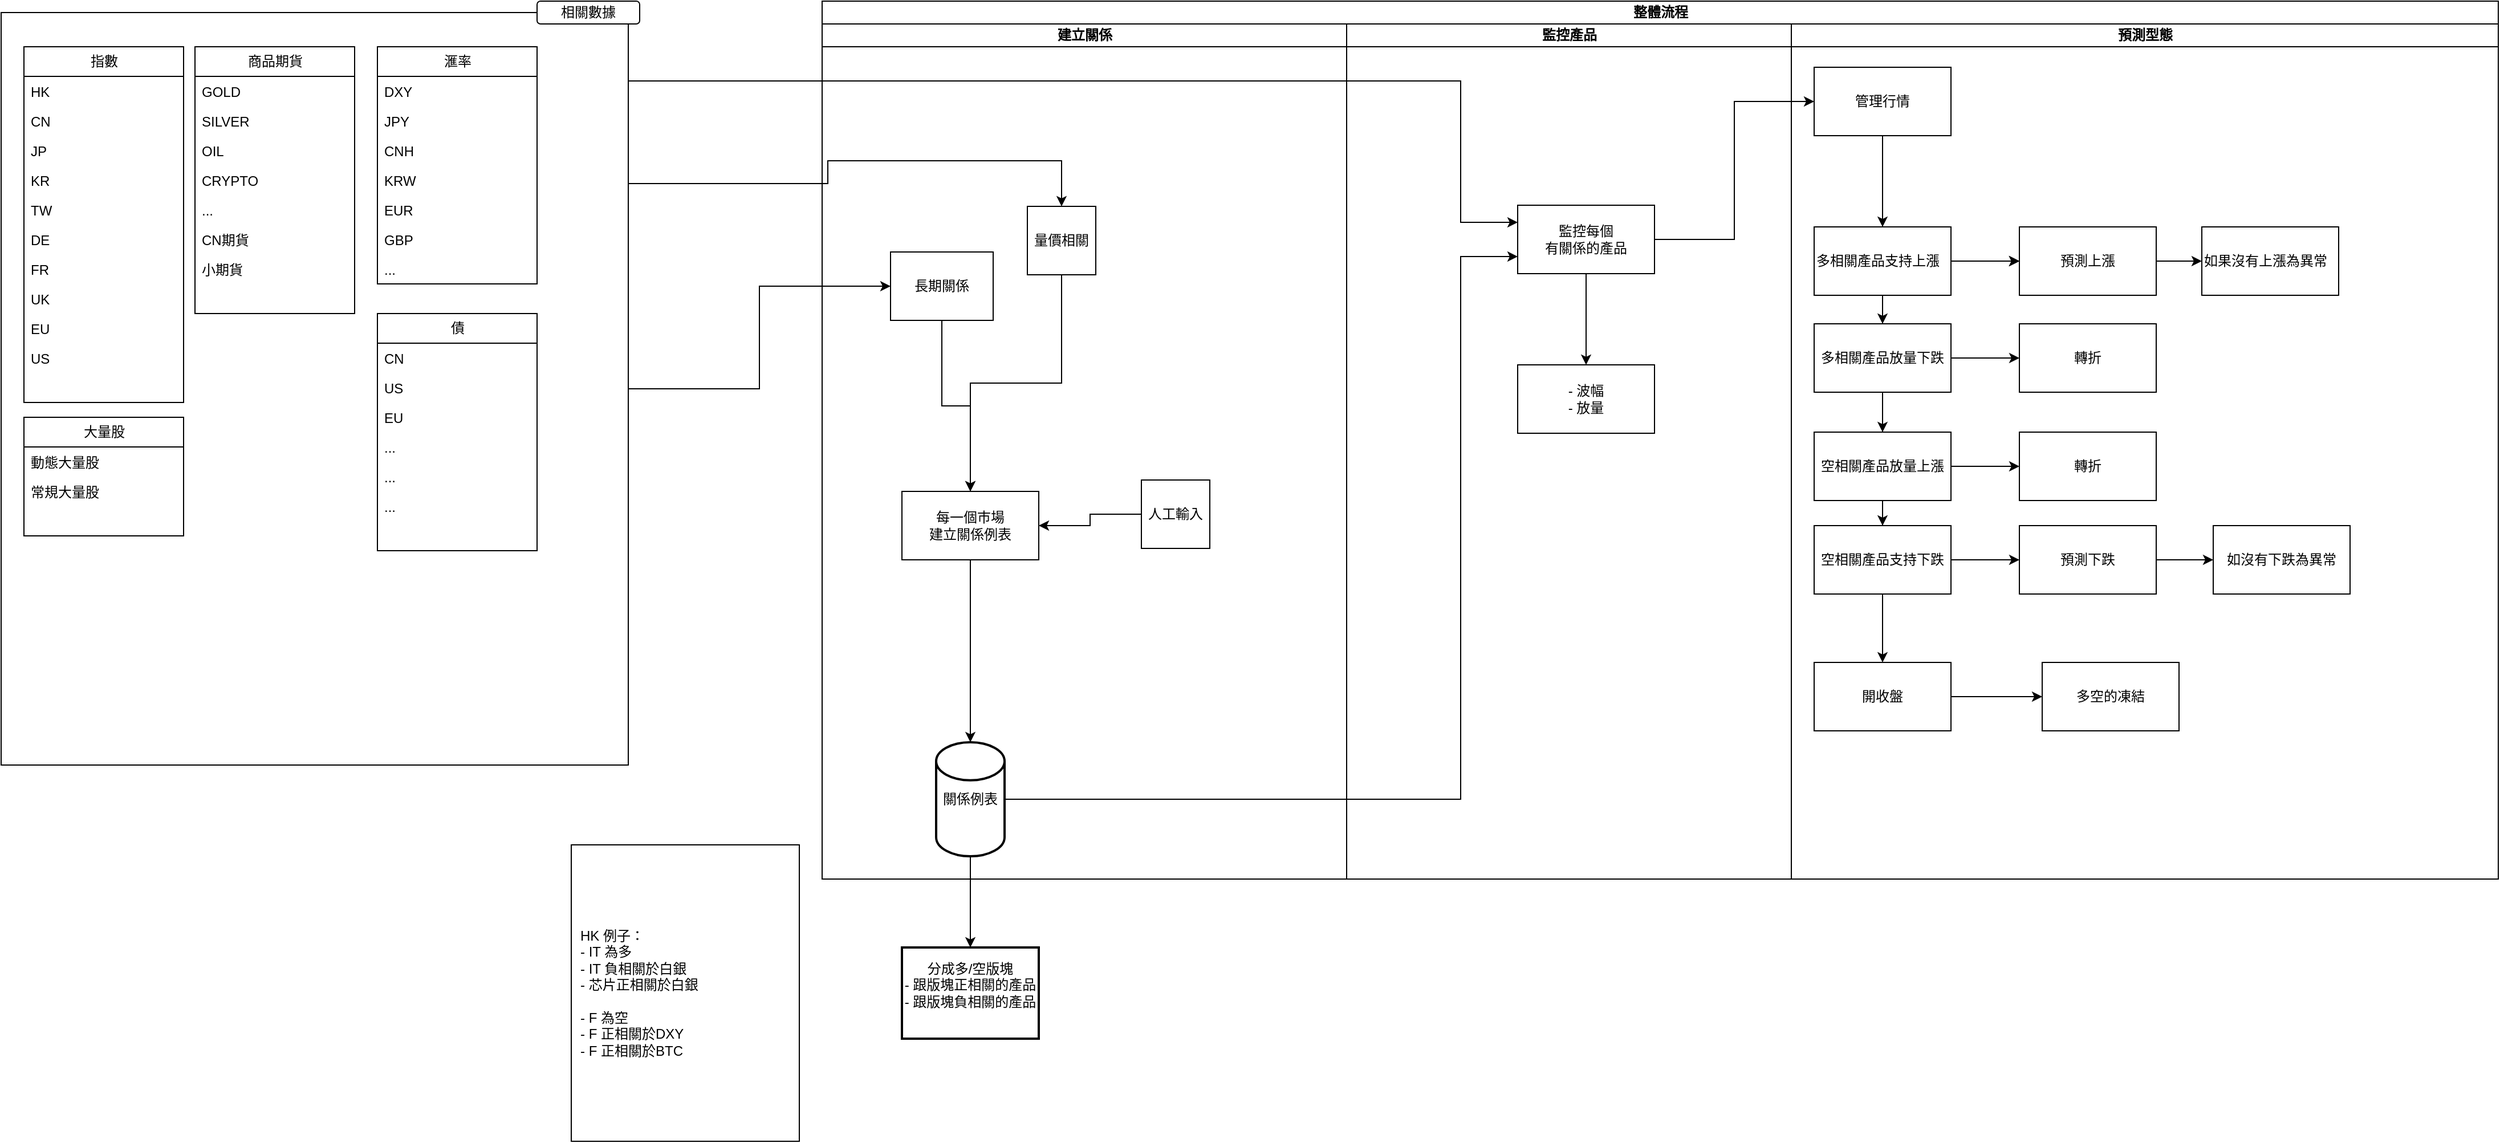
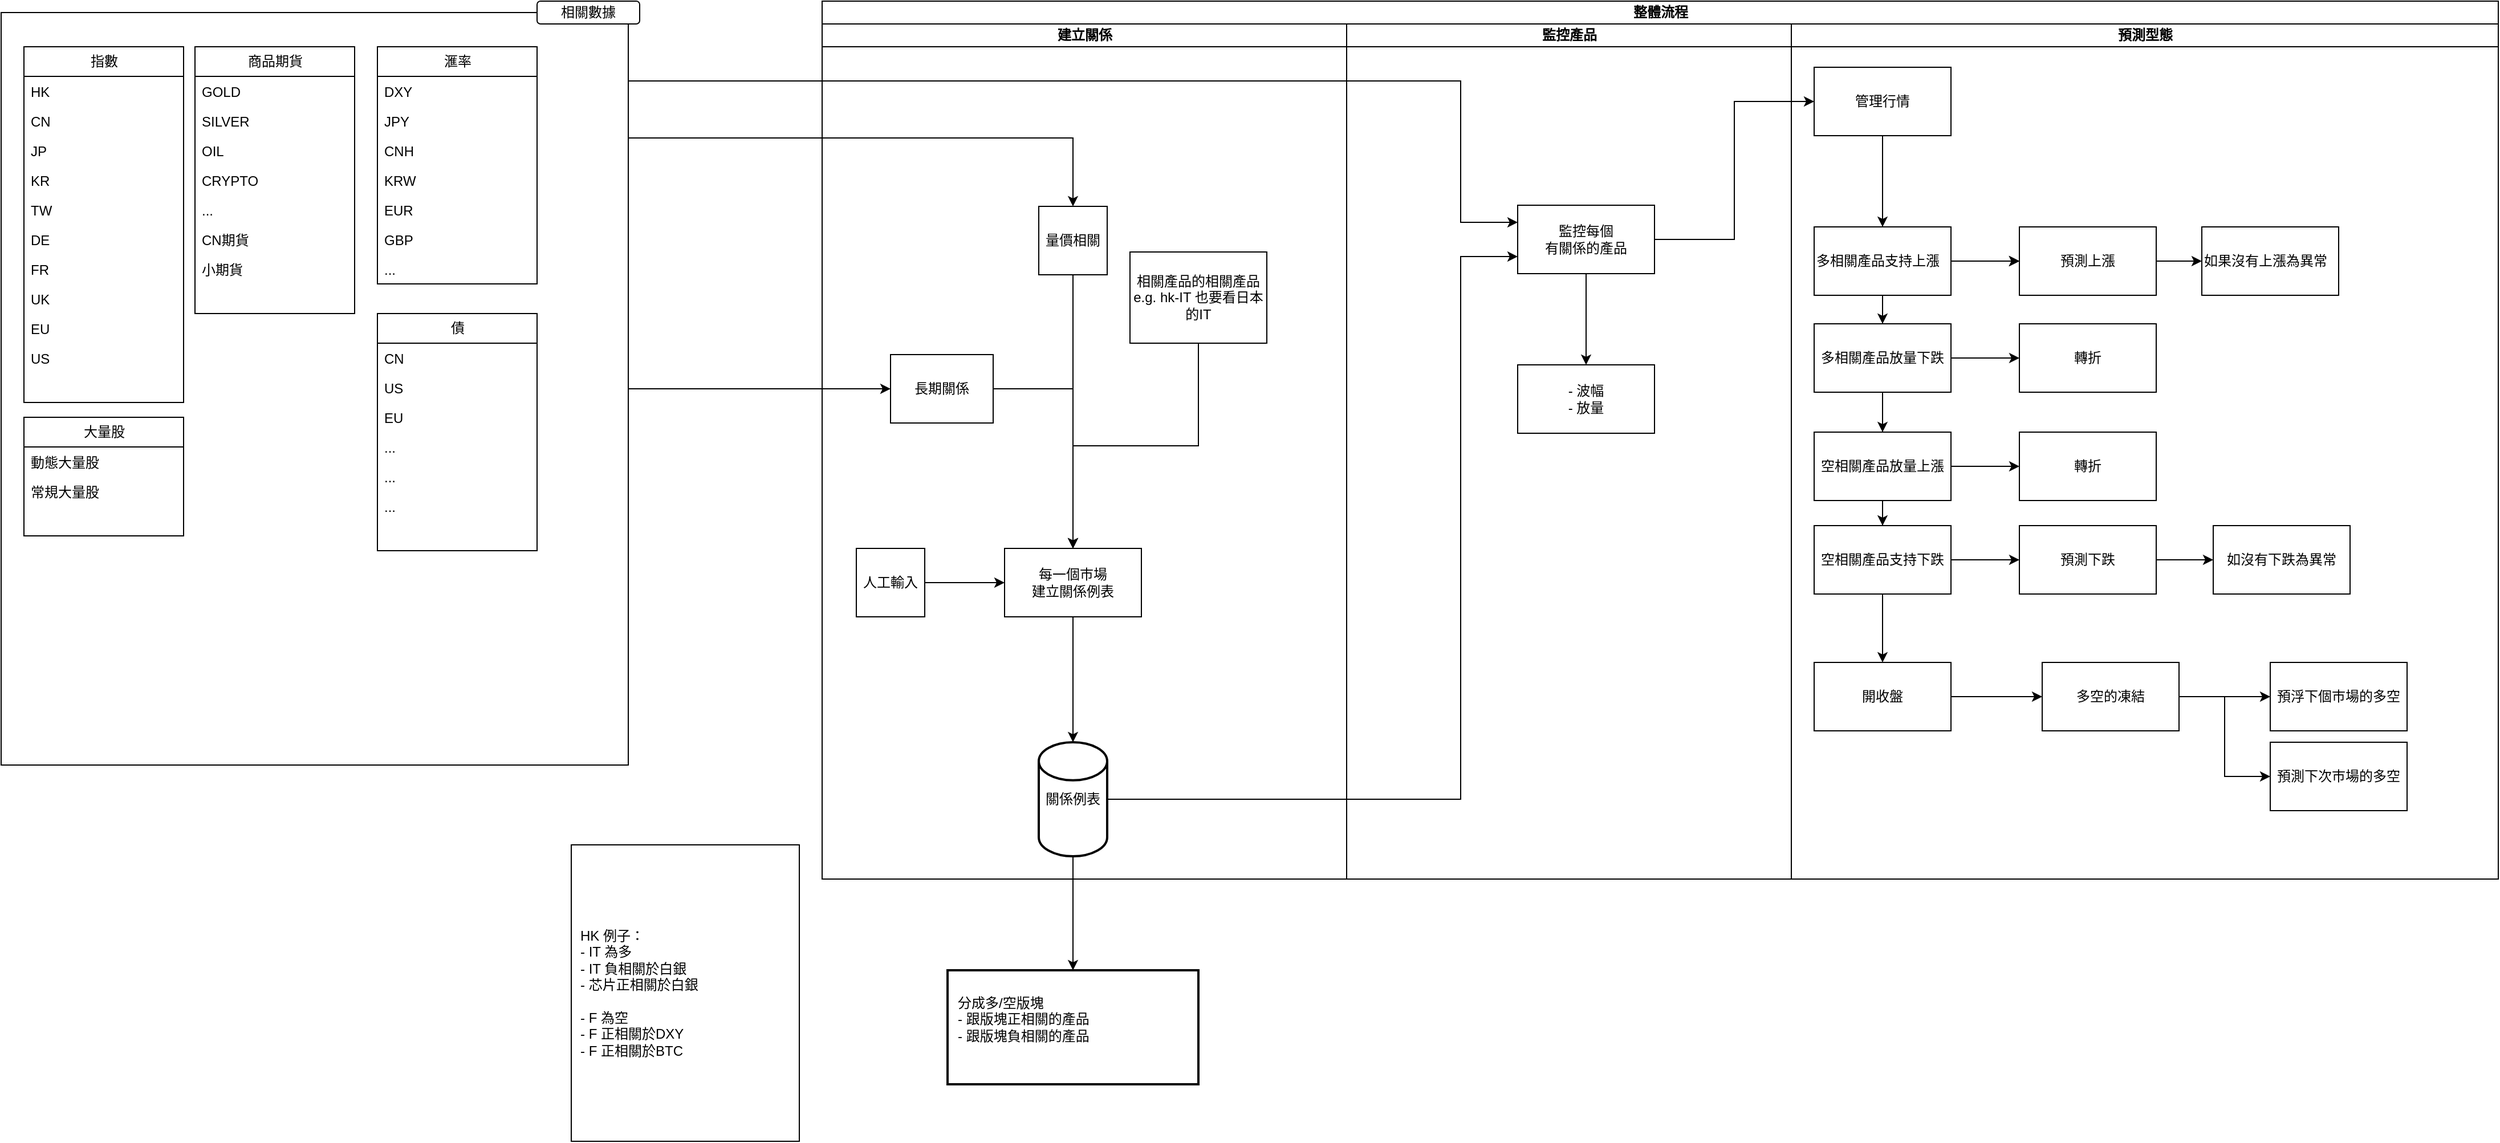
<mxfile host="app.diagrams.net" agent="5.0 (Windows NT 10.0; Win64; x64) AppleWebKit/537.36 (KHTML, like Gecko) Chrome/90.0.4430.212 Safari/537.36">
  <diagram name="Page-1" id="74e2e168-ea6b-b213-b513-2b3c1d86103e">
-     <mxGraphModel dx="3812" dy="1174" grid="1" gridSize="10" guides="1" tooltips="1" connect="1" arrows="1" fold="1" page="1" pageScale="1" pageWidth="1100" pageHeight="850" background="none" math="0" shadow="0">
+     <mxGraphModel dx="3442" dy="810" grid="1" gridSize="10" guides="1" tooltips="1" connect="1" arrows="1" fold="1" page="1" pageScale="1" pageWidth="1100" pageHeight="850" background="none" math="0" shadow="0">
      <root>
        <mxCell id="0" />
        <mxCell id="1" parent="0" />
        <mxCell id="YQHDDsOLslfGtJY1zLIF-77" edge="1" parent="1" source="YQHDDsOLslfGtJY1zLIF-29" style="edgeStyle=orthogonalEdgeStyle;rounded=0;orthogonalLoop=1;jettySize=auto;html=1;entryX=0.5;entryY=0;entryDx=0;entryDy=0;" target="YQHDDsOLslfGtJY1zLIF-23">
          <mxGeometry relative="1" as="geometry">
            <Array as="points">
-               <mxPoint x="145" y="220" />
-               <mxPoint x="145" y="200" />
-               <mxPoint x="350" y="200" />
+               <mxPoint x="360" y="180" />
            </Array>
          </mxGeometry>
        </mxCell>
        <mxCell id="YQHDDsOLslfGtJY1zLIF-78" edge="1" parent="1" source="YQHDDsOLslfGtJY1zLIF-29" style="edgeStyle=orthogonalEdgeStyle;rounded=0;orthogonalLoop=1;jettySize=auto;html=1;entryX=0;entryY=0.5;entryDx=0;entryDy=0;" target="YQHDDsOLslfGtJY1zLIF-21">
          <mxGeometry relative="1" as="geometry" />
        </mxCell>
        <mxCell id="YQHDDsOLslfGtJY1zLIF-80" edge="1" parent="1" source="YQHDDsOLslfGtJY1zLIF-29" style="edgeStyle=orthogonalEdgeStyle;rounded=0;orthogonalLoop=1;jettySize=auto;html=1;entryX=0;entryY=0.25;entryDx=0;entryDy=0;" target="YQHDDsOLslfGtJY1zLIF-15">
          <mxGeometry relative="1" as="geometry">
            <Array as="points">
              <mxPoint x="700" y="130" />
              <mxPoint x="700" y="254" />
            </Array>
          </mxGeometry>
        </mxCell>
        <mxCell id="YQHDDsOLslfGtJY1zLIF-29" parent="1" style="rounded=0;whiteSpace=wrap;html=1;" value="" vertex="1">
          <mxGeometry height="660" width="550" x="-580" y="70" as="geometry" />
        </mxCell>
        <mxCell id="YQHDDsOLslfGtJY1zLIF-5" parent="1" style="swimlane;childLayout=stackLayout;resizeParent=1;resizeParentMax=0;startSize=20;html=1;" value="整體流程" vertex="1">
          <mxGeometry height="770" width="1470" x="140" y="60" as="geometry" />
        </mxCell>
        <mxCell id="YQHDDsOLslfGtJY1zLIF-6" parent="YQHDDsOLslfGtJY1zLIF-5" style="swimlane;startSize=20;html=1;" value="建立關係" vertex="1">
          <mxGeometry height="750" width="460" y="20" as="geometry" />
        </mxCell>
        <mxCell id="YQHDDsOLslfGtJY1zLIF-9" parent="YQHDDsOLslfGtJY1zLIF-6" style="rounded=0;whiteSpace=wrap;html=1;" value="每一個巿場&lt;br&gt;建立關係例表" vertex="1">
-           <mxGeometry height="60" width="120" x="70" y="410" as="geometry" />
+           <mxGeometry height="60" width="120" x="160" y="460" as="geometry" />
        </mxCell>
        <mxCell id="YQHDDsOLslfGtJY1zLIF-22" edge="1" parent="YQHDDsOLslfGtJY1zLIF-6" source="YQHDDsOLslfGtJY1zLIF-21" style="edgeStyle=orthogonalEdgeStyle;rounded=0;orthogonalLoop=1;jettySize=auto;html=1;entryX=0.5;entryY=0;entryDx=0;entryDy=0;" target="YQHDDsOLslfGtJY1zLIF-9">
          <mxGeometry relative="1" as="geometry" />
        </mxCell>
        <mxCell id="YQHDDsOLslfGtJY1zLIF-21" parent="YQHDDsOLslfGtJY1zLIF-6" style="rounded=0;whiteSpace=wrap;html=1;" value="長期關係" vertex="1">
-           <mxGeometry height="60" width="90" x="60" y="200" as="geometry" />
+           <mxGeometry height="60" width="90" x="60" y="290" as="geometry" />
        </mxCell>
        <mxCell id="YQHDDsOLslfGtJY1zLIF-25" edge="1" parent="YQHDDsOLslfGtJY1zLIF-6" source="YQHDDsOLslfGtJY1zLIF-23" style="edgeStyle=orthogonalEdgeStyle;rounded=0;orthogonalLoop=1;jettySize=auto;html=1;entryX=0.5;entryY=0;entryDx=0;entryDy=0;" target="YQHDDsOLslfGtJY1zLIF-9">
          <mxGeometry relative="1" as="geometry" />
        </mxCell>
        <mxCell id="YQHDDsOLslfGtJY1zLIF-23" parent="YQHDDsOLslfGtJY1zLIF-6" style="rounded=0;whiteSpace=wrap;html=1;" value="量價相關" vertex="1">
-           <mxGeometry height="60" width="60" x="180" y="160" as="geometry" />
+           <mxGeometry height="60" width="60" x="190" y="160" as="geometry" />
        </mxCell>
        <mxCell id="YQHDDsOLslfGtJY1zLIF-79" edge="1" parent="YQHDDsOLslfGtJY1zLIF-6" source="YQHDDsOLslfGtJY1zLIF-26" style="edgeStyle=orthogonalEdgeStyle;rounded=0;orthogonalLoop=1;jettySize=auto;html=1;" target="YQHDDsOLslfGtJY1zLIF-9">
          <mxGeometry relative="1" as="geometry" />
        </mxCell>
        <mxCell id="YQHDDsOLslfGtJY1zLIF-26" parent="YQHDDsOLslfGtJY1zLIF-6" style="rounded=0;whiteSpace=wrap;html=1;" value="人工輸入" vertex="1">
-           <mxGeometry height="60" width="60" x="280" y="400" as="geometry" />
+           <mxGeometry height="60" width="60" x="30" y="460" as="geometry" />
+         </mxCell>
+         <mxCell id="u62yTT3lsbl58B5bih1E-19" edge="1" parent="YQHDDsOLslfGtJY1zLIF-6" source="u62yTT3lsbl58B5bih1E-18" style="edgeStyle=orthogonalEdgeStyle;rounded=0;orthogonalLoop=1;jettySize=auto;html=1;entryX=0.5;entryY=0;entryDx=0;entryDy=0;" target="YQHDDsOLslfGtJY1zLIF-9">
+           <mxGeometry relative="1" as="geometry" />
+         </mxCell>
+         <mxCell id="u62yTT3lsbl58B5bih1E-18" parent="YQHDDsOLslfGtJY1zLIF-6" style="rounded=0;whiteSpace=wrap;html=1;" value="相關產品的相關產品&lt;div&gt;e.g. hk-IT 也要看日本的IT&lt;/div&gt;" vertex="1">
+           <mxGeometry height="80" width="120" x="270" y="200" as="geometry" />
+         </mxCell>
+         <mxCell id="YQHDDsOLslfGtJY1zLIF-10" parent="YQHDDsOLslfGtJY1zLIF-6" style="strokeWidth=2;html=1;shape=mxgraph.flowchart.database;whiteSpace=wrap;" value="關係例表" vertex="1">
+           <mxGeometry height="100" width="60" x="190" y="630" as="geometry" />
+         </mxCell>
+         <mxCell id="YQHDDsOLslfGtJY1zLIF-12" edge="1" parent="YQHDDsOLslfGtJY1zLIF-6" source="YQHDDsOLslfGtJY1zLIF-9" style="edgeStyle=orthogonalEdgeStyle;rounded=0;orthogonalLoop=1;jettySize=auto;html=1;entryX=0.5;entryY=0;entryDx=0;entryDy=0;entryPerimeter=0;" target="YQHDDsOLslfGtJY1zLIF-10">
+           <mxGeometry relative="1" as="geometry" />
        </mxCell>
        <mxCell id="YQHDDsOLslfGtJY1zLIF-7" parent="YQHDDsOLslfGtJY1zLIF-5" style="swimlane;startSize=20;html=1;" value="監控產品" vertex="1">
          <mxGeometry height="750" width="390" x="460" y="20" as="geometry" />
        </mxCell>
        <mxCell id="YQHDDsOLslfGtJY1zLIF-82" edge="1" parent="YQHDDsOLslfGtJY1zLIF-7" source="YQHDDsOLslfGtJY1zLIF-15" style="edgeStyle=orthogonalEdgeStyle;rounded=0;orthogonalLoop=1;jettySize=auto;html=1;" target="YQHDDsOLslfGtJY1zLIF-81" value="">
          <mxGeometry relative="1" as="geometry" />
        </mxCell>
        <mxCell id="YQHDDsOLslfGtJY1zLIF-15" parent="YQHDDsOLslfGtJY1zLIF-7" style="rounded=0;whiteSpace=wrap;html=1;" value="&lt;div&gt;監控每個&lt;/div&gt;&lt;div&gt;有關係的產品&lt;/div&gt;" vertex="1">
          <mxGeometry height="60" width="120" x="150" y="159" as="geometry" />
        </mxCell>
        <mxCell id="YQHDDsOLslfGtJY1zLIF-81" parent="YQHDDsOLslfGtJY1zLIF-7" style="whiteSpace=wrap;html=1;rounded=0;" value="- 波幅&lt;div&gt;- 放量&lt;/div&gt;" vertex="1">
          <mxGeometry height="60" width="120" x="150" y="299" as="geometry" />
        </mxCell>
        <mxCell id="YQHDDsOLslfGtJY1zLIF-18" edge="1" parent="YQHDDsOLslfGtJY1zLIF-5" source="YQHDDsOLslfGtJY1zLIF-15" style="edgeStyle=orthogonalEdgeStyle;rounded=0;orthogonalLoop=1;jettySize=auto;html=1;entryX=0;entryY=0.5;entryDx=0;entryDy=0;" target="YQHDDsOLslfGtJY1zLIF-17">
          <mxGeometry relative="1" as="geometry" />
        </mxCell>
        <mxCell id="YQHDDsOLslfGtJY1zLIF-8" parent="YQHDDsOLslfGtJY1zLIF-5" style="swimlane;startSize=20;html=1;" value="預測型態" vertex="1">
          <mxGeometry height="750" width="620" x="850" y="20" as="geometry" />
        </mxCell>
        <mxCell id="YQHDDsOLslfGtJY1zLIF-99" edge="1" parent="YQHDDsOLslfGtJY1zLIF-8" source="YQHDDsOLslfGtJY1zLIF-17" style="edgeStyle=orthogonalEdgeStyle;rounded=0;orthogonalLoop=1;jettySize=auto;html=1;" target="YQHDDsOLslfGtJY1zLIF-98" value="">
          <mxGeometry relative="1" as="geometry" />
        </mxCell>
        <mxCell id="YQHDDsOLslfGtJY1zLIF-109" edge="1" parent="YQHDDsOLslfGtJY1zLIF-8" source="YQHDDsOLslfGtJY1zLIF-17" style="edgeStyle=orthogonalEdgeStyle;rounded=0;orthogonalLoop=1;jettySize=auto;html=1;" target="YQHDDsOLslfGtJY1zLIF-108" value="">
          <mxGeometry relative="1" as="geometry" />
        </mxCell>
        <mxCell id="YQHDDsOLslfGtJY1zLIF-115" edge="1" parent="YQHDDsOLslfGtJY1zLIF-8" source="YQHDDsOLslfGtJY1zLIF-17" style="edgeStyle=orthogonalEdgeStyle;rounded=0;orthogonalLoop=1;jettySize=auto;html=1;" target="YQHDDsOLslfGtJY1zLIF-114" value="">
          <mxGeometry relative="1" as="geometry" />
        </mxCell>
        <mxCell id="YQHDDsOLslfGtJY1zLIF-119" edge="1" parent="YQHDDsOLslfGtJY1zLIF-8" source="YQHDDsOLslfGtJY1zLIF-17" style="edgeStyle=orthogonalEdgeStyle;rounded=0;orthogonalLoop=1;jettySize=auto;html=1;" target="YQHDDsOLslfGtJY1zLIF-118" value="">
          <mxGeometry relative="1" as="geometry" />
        </mxCell>
        <mxCell id="u62yTT3lsbl58B5bih1E-2" edge="1" parent="YQHDDsOLslfGtJY1zLIF-8" source="YQHDDsOLslfGtJY1zLIF-17" style="edgeStyle=orthogonalEdgeStyle;rounded=0;orthogonalLoop=1;jettySize=auto;html=1;" target="u62yTT3lsbl58B5bih1E-1" value="">
          <mxGeometry relative="1" as="geometry" />
        </mxCell>
        <mxCell id="YQHDDsOLslfGtJY1zLIF-17" parent="YQHDDsOLslfGtJY1zLIF-8" style="rounded=0;whiteSpace=wrap;html=1;" value="管理行情" vertex="1">
          <mxGeometry height="60" width="120" x="20" y="38" as="geometry" />
        </mxCell>
        <mxCell id="YQHDDsOLslfGtJY1zLIF-101" edge="1" parent="YQHDDsOLslfGtJY1zLIF-8" source="YQHDDsOLslfGtJY1zLIF-98" style="edgeStyle=orthogonalEdgeStyle;rounded=0;orthogonalLoop=1;jettySize=auto;html=1;" target="YQHDDsOLslfGtJY1zLIF-100" value="">
          <mxGeometry relative="1" as="geometry" />
        </mxCell>
        <mxCell id="YQHDDsOLslfGtJY1zLIF-103" edge="1" parent="YQHDDsOLslfGtJY1zLIF-8" source="YQHDDsOLslfGtJY1zLIF-98" style="edgeStyle=orthogonalEdgeStyle;rounded=0;orthogonalLoop=1;jettySize=auto;html=1;" target="YQHDDsOLslfGtJY1zLIF-100" value="">
          <mxGeometry relative="1" as="geometry" />
        </mxCell>
        <mxCell id="YQHDDsOLslfGtJY1zLIF-104" edge="1" parent="YQHDDsOLslfGtJY1zLIF-8" source="YQHDDsOLslfGtJY1zLIF-98" style="edgeStyle=orthogonalEdgeStyle;rounded=0;orthogonalLoop=1;jettySize=auto;html=1;" target="YQHDDsOLslfGtJY1zLIF-100" value="">
          <mxGeometry relative="1" as="geometry" />
        </mxCell>
        <mxCell id="YQHDDsOLslfGtJY1zLIF-98" parent="YQHDDsOLslfGtJY1zLIF-8" style="whiteSpace=wrap;html=1;rounded=0;align=left;" value="多相關產品支持上漲" vertex="1">
          <mxGeometry height="60" width="120" x="20" y="178" as="geometry" />
        </mxCell>
        <mxCell id="YQHDDsOLslfGtJY1zLIF-107" edge="1" parent="YQHDDsOLslfGtJY1zLIF-8" source="YQHDDsOLslfGtJY1zLIF-100" style="edgeStyle=orthogonalEdgeStyle;rounded=0;orthogonalLoop=1;jettySize=auto;html=1;entryX=0;entryY=0.5;entryDx=0;entryDy=0;" target="YQHDDsOLslfGtJY1zLIF-105">
          <mxGeometry relative="1" as="geometry" />
        </mxCell>
        <mxCell id="YQHDDsOLslfGtJY1zLIF-100" parent="YQHDDsOLslfGtJY1zLIF-8" style="whiteSpace=wrap;html=1;align=center;rounded=0;" value="預測上漲" vertex="1">
          <mxGeometry height="60" width="120" x="200" y="178" as="geometry" />
        </mxCell>
        <mxCell id="YQHDDsOLslfGtJY1zLIF-105" parent="YQHDDsOLslfGtJY1zLIF-8" style="whiteSpace=wrap;html=1;align=left;rounded=0;" value="如果沒有上漲為異常" vertex="1">
          <mxGeometry height="60" width="120" x="360" y="178" as="geometry" />
        </mxCell>
        <mxCell id="YQHDDsOLslfGtJY1zLIF-113" edge="1" parent="YQHDDsOLslfGtJY1zLIF-8" source="YQHDDsOLslfGtJY1zLIF-108" style="edgeStyle=orthogonalEdgeStyle;rounded=0;orthogonalLoop=1;jettySize=auto;html=1;" target="YQHDDsOLslfGtJY1zLIF-112" value="">
          <mxGeometry relative="1" as="geometry" />
        </mxCell>
        <mxCell id="YQHDDsOLslfGtJY1zLIF-108" parent="YQHDDsOLslfGtJY1zLIF-8" style="whiteSpace=wrap;html=1;rounded=0;" value="多相關產品放量下跌" vertex="1">
          <mxGeometry height="60" width="120" x="20" y="263" as="geometry" />
        </mxCell>
        <mxCell id="YQHDDsOLslfGtJY1zLIF-112" parent="YQHDDsOLslfGtJY1zLIF-8" style="whiteSpace=wrap;html=1;rounded=0;" value="轉折" vertex="1">
          <mxGeometry height="60" width="120" x="200" y="263" as="geometry" />
        </mxCell>
        <mxCell id="YQHDDsOLslfGtJY1zLIF-117" edge="1" parent="YQHDDsOLslfGtJY1zLIF-8" source="YQHDDsOLslfGtJY1zLIF-114" style="edgeStyle=orthogonalEdgeStyle;rounded=0;orthogonalLoop=1;jettySize=auto;html=1;entryX=0;entryY=0.5;entryDx=0;entryDy=0;" target="YQHDDsOLslfGtJY1zLIF-116">
          <mxGeometry relative="1" as="geometry" />
        </mxCell>
        <mxCell id="YQHDDsOLslfGtJY1zLIF-114" parent="YQHDDsOLslfGtJY1zLIF-8" style="whiteSpace=wrap;html=1;rounded=0;" value="空相關產品放量上漲" vertex="1">
          <mxGeometry height="60" width="120" x="20" y="358" as="geometry" />
        </mxCell>
        <mxCell id="YQHDDsOLslfGtJY1zLIF-116" parent="YQHDDsOLslfGtJY1zLIF-8" style="whiteSpace=wrap;html=1;rounded=0;" value="轉折" vertex="1">
          <mxGeometry height="60" width="120" x="200" y="358" as="geometry" />
        </mxCell>
        <mxCell id="YQHDDsOLslfGtJY1zLIF-121" edge="1" parent="YQHDDsOLslfGtJY1zLIF-8" source="YQHDDsOLslfGtJY1zLIF-118" style="edgeStyle=orthogonalEdgeStyle;rounded=0;orthogonalLoop=1;jettySize=auto;html=1;" target="YQHDDsOLslfGtJY1zLIF-120">
          <mxGeometry relative="1" as="geometry" />
        </mxCell>
        <mxCell id="YQHDDsOLslfGtJY1zLIF-118" parent="YQHDDsOLslfGtJY1zLIF-8" style="whiteSpace=wrap;html=1;rounded=0;" value="&lt;span style=&quot;text-align: left;&quot;&gt;空相關產品支持下跌&lt;/span&gt;" vertex="1">
          <mxGeometry height="60" width="120" x="20" y="440" as="geometry" />
        </mxCell>
        <mxCell id="YQHDDsOLslfGtJY1zLIF-124" edge="1" parent="YQHDDsOLslfGtJY1zLIF-8" source="YQHDDsOLslfGtJY1zLIF-120" style="edgeStyle=orthogonalEdgeStyle;rounded=0;orthogonalLoop=1;jettySize=auto;html=1;" target="YQHDDsOLslfGtJY1zLIF-123" value="">
          <mxGeometry relative="1" as="geometry" />
        </mxCell>
        <mxCell id="YQHDDsOLslfGtJY1zLIF-120" parent="YQHDDsOLslfGtJY1zLIF-8" style="whiteSpace=wrap;html=1;rounded=0;" value="預測下跌" vertex="1">
          <mxGeometry height="60" width="120" x="200" y="440" as="geometry" />
        </mxCell>
        <mxCell id="YQHDDsOLslfGtJY1zLIF-123" parent="YQHDDsOLslfGtJY1zLIF-8" style="whiteSpace=wrap;html=1;rounded=0;" value="如沒有下跌為異常" vertex="1">
          <mxGeometry height="60" width="120" x="370" y="440" as="geometry" />
        </mxCell>
        <mxCell id="u62yTT3lsbl58B5bih1E-4" edge="1" parent="YQHDDsOLslfGtJY1zLIF-8" source="u62yTT3lsbl58B5bih1E-1" style="edgeStyle=orthogonalEdgeStyle;rounded=0;orthogonalLoop=1;jettySize=auto;html=1;" target="u62yTT3lsbl58B5bih1E-3" value="">
          <mxGeometry relative="1" as="geometry" />
        </mxCell>
        <mxCell id="u62yTT3lsbl58B5bih1E-1" parent="YQHDDsOLslfGtJY1zLIF-8" style="whiteSpace=wrap;html=1;rounded=0;" value="開收盤" vertex="1">
          <mxGeometry height="60" width="120" x="20" y="560" as="geometry" />
        </mxCell>
+         <mxCell id="u62yTT3lsbl58B5bih1E-6" edge="1" parent="YQHDDsOLslfGtJY1zLIF-8" source="u62yTT3lsbl58B5bih1E-3" style="edgeStyle=orthogonalEdgeStyle;rounded=0;orthogonalLoop=1;jettySize=auto;html=1;" target="u62yTT3lsbl58B5bih1E-5" value="">
+           <mxGeometry relative="1" as="geometry" />
+         </mxCell>
+         <mxCell id="u62yTT3lsbl58B5bih1E-9" edge="1" parent="YQHDDsOLslfGtJY1zLIF-8" source="u62yTT3lsbl58B5bih1E-3" style="edgeStyle=orthogonalEdgeStyle;rounded=0;orthogonalLoop=1;jettySize=auto;html=1;entryX=0;entryY=0.5;entryDx=0;entryDy=0;" target="u62yTT3lsbl58B5bih1E-7">
+           <mxGeometry relative="1" as="geometry" />
+         </mxCell>
        <mxCell id="u62yTT3lsbl58B5bih1E-3" parent="YQHDDsOLslfGtJY1zLIF-8" style="whiteSpace=wrap;html=1;rounded=0;" value="多空的凍結" vertex="1">
          <mxGeometry height="60" width="120" x="220" y="560" as="geometry" />
        </mxCell>
-         <mxCell id="YQHDDsOLslfGtJY1zLIF-16" edge="1" parent="1" source="YQHDDsOLslfGtJY1zLIF-10" style="edgeStyle=orthogonalEdgeStyle;rounded=0;orthogonalLoop=1;jettySize=auto;html=1;entryX=0;entryY=0.75;entryDx=0;entryDy=0;" target="YQHDDsOLslfGtJY1zLIF-15">
+         <mxCell id="u62yTT3lsbl58B5bih1E-5" parent="YQHDDsOLslfGtJY1zLIF-8" style="whiteSpace=wrap;html=1;rounded=0;" value="預浮下個巿場的多空" vertex="1">
+           <mxGeometry height="60" width="120" x="420" y="560" as="geometry" />
+         </mxCell>
+         <mxCell id="u62yTT3lsbl58B5bih1E-7" parent="YQHDDsOLslfGtJY1zLIF-8" style="whiteSpace=wrap;html=1;rounded=0;" value="預測下次巿場的多空" vertex="1">
+           <mxGeometry height="60" width="120" x="420" y="630" as="geometry" />
+         </mxCell>
+         <mxCell id="YQHDDsOLslfGtJY1zLIF-16" edge="1" parent="YQHDDsOLslfGtJY1zLIF-5" source="YQHDDsOLslfGtJY1zLIF-10" style="edgeStyle=orthogonalEdgeStyle;rounded=0;orthogonalLoop=1;jettySize=auto;html=1;entryX=0;entryY=0.75;entryDx=0;entryDy=0;" target="YQHDDsOLslfGtJY1zLIF-15">
          <mxGeometry relative="1" as="geometry">
            <Array as="points">
-               <mxPoint x="700" y="760" />
-               <mxPoint x="700" y="284" />
+               <mxPoint x="560" y="700" />
+               <mxPoint x="560" y="224" />
            </Array>
          </mxGeometry>
        </mxCell>
        <mxCell id="YQHDDsOLslfGtJY1zLIF-84" edge="1" parent="1" source="YQHDDsOLslfGtJY1zLIF-10" style="edgeStyle=orthogonalEdgeStyle;rounded=0;orthogonalLoop=1;jettySize=auto;html=1;" target="YQHDDsOLslfGtJY1zLIF-83" value="">
-           <mxGeometry relative="1" as="geometry" />
-         </mxCell>
-         <mxCell id="YQHDDsOLslfGtJY1zLIF-10" parent="1" style="strokeWidth=2;html=1;shape=mxgraph.flowchart.database;whiteSpace=wrap;" value="關係例表" vertex="1">
-           <mxGeometry height="100" width="60" x="240" y="710" as="geometry" />
-         </mxCell>
-         <mxCell id="YQHDDsOLslfGtJY1zLIF-12" edge="1" parent="1" source="YQHDDsOLslfGtJY1zLIF-9" style="edgeStyle=orthogonalEdgeStyle;rounded=0;orthogonalLoop=1;jettySize=auto;html=1;entryX=0.5;entryY=0;entryDx=0;entryDy=0;entryPerimeter=0;" target="YQHDDsOLslfGtJY1zLIF-10">
          <mxGeometry relative="1" as="geometry" />
        </mxCell>
        <mxCell id="YQHDDsOLslfGtJY1zLIF-31" parent="1" style="swimlane;fontStyle=0;childLayout=stackLayout;horizontal=1;startSize=26;fillColor=none;horizontalStack=0;resizeParent=1;resizeParentMax=0;resizeLast=0;collapsible=1;marginBottom=0;html=1;" value="指數" vertex="1">
          <mxGeometry height="312" width="140" x="-560" y="100" as="geometry">
            <mxRectangle height="30" width="60" x="-120" y="310" as="alternateBounds" />
          </mxGeometry>
        </mxCell>
        <mxCell id="YQHDDsOLslfGtJY1zLIF-32" parent="YQHDDsOLslfGtJY1zLIF-31" style="text;strokeColor=none;fillColor=none;align=left;verticalAlign=top;spacingLeft=4;spacingRight=4;overflow=hidden;rotatable=0;points=[[0,0.5],[1,0.5]];portConstraint=eastwest;whiteSpace=wrap;html=1;" value="HK" vertex="1">
          <mxGeometry height="26" width="140" y="26" as="geometry" />
        </mxCell>
        <mxCell id="YQHDDsOLslfGtJY1zLIF-33" parent="YQHDDsOLslfGtJY1zLIF-31" style="text;strokeColor=none;fillColor=none;align=left;verticalAlign=top;spacingLeft=4;spacingRight=4;overflow=hidden;rotatable=0;points=[[0,0.5],[1,0.5]];portConstraint=eastwest;whiteSpace=wrap;html=1;" value="CN" vertex="1">
          <mxGeometry height="26" width="140" y="52" as="geometry" />
        </mxCell>
        <mxCell id="YQHDDsOLslfGtJY1zLIF-34" parent="YQHDDsOLslfGtJY1zLIF-31" style="text;strokeColor=none;fillColor=none;align=left;verticalAlign=top;spacingLeft=4;spacingRight=4;overflow=hidden;rotatable=0;points=[[0,0.5],[1,0.5]];portConstraint=eastwest;whiteSpace=wrap;html=1;" value="JP" vertex="1">
          <mxGeometry height="26" width="140" y="78" as="geometry" />
        </mxCell>
        <mxCell id="YQHDDsOLslfGtJY1zLIF-35" parent="YQHDDsOLslfGtJY1zLIF-31" style="text;strokeColor=none;fillColor=none;align=left;verticalAlign=top;spacingLeft=4;spacingRight=4;overflow=hidden;rotatable=0;points=[[0,0.5],[1,0.5]];portConstraint=eastwest;whiteSpace=wrap;html=1;" value="KR" vertex="1">
          <mxGeometry height="26" width="140" y="104" as="geometry" />
        </mxCell>
        <mxCell id="YQHDDsOLslfGtJY1zLIF-39" parent="YQHDDsOLslfGtJY1zLIF-31" style="text;strokeColor=none;fillColor=none;align=left;verticalAlign=top;spacingLeft=4;spacingRight=4;overflow=hidden;rotatable=0;points=[[0,0.5],[1,0.5]];portConstraint=eastwest;whiteSpace=wrap;html=1;" value="TW" vertex="1">
          <mxGeometry height="26" width="140" y="130" as="geometry" />
        </mxCell>
        <mxCell id="YQHDDsOLslfGtJY1zLIF-38" parent="YQHDDsOLslfGtJY1zLIF-31" style="text;strokeColor=none;fillColor=none;align=left;verticalAlign=top;spacingLeft=4;spacingRight=4;overflow=hidden;rotatable=0;points=[[0,0.5],[1,0.5]];portConstraint=eastwest;whiteSpace=wrap;html=1;" value="DE" vertex="1">
          <mxGeometry height="26" width="140" y="156" as="geometry" />
        </mxCell>
        <mxCell id="YQHDDsOLslfGtJY1zLIF-37" parent="YQHDDsOLslfGtJY1zLIF-31" style="text;strokeColor=none;fillColor=none;align=left;verticalAlign=top;spacingLeft=4;spacingRight=4;overflow=hidden;rotatable=0;points=[[0,0.5],[1,0.5]];portConstraint=eastwest;whiteSpace=wrap;html=1;" value="FR" vertex="1">
          <mxGeometry height="26" width="140" y="182" as="geometry" />
        </mxCell>
        <mxCell id="YQHDDsOLslfGtJY1zLIF-36" parent="YQHDDsOLslfGtJY1zLIF-31" style="text;strokeColor=none;fillColor=none;align=left;verticalAlign=top;spacingLeft=4;spacingRight=4;overflow=hidden;rotatable=0;points=[[0,0.5],[1,0.5]];portConstraint=eastwest;whiteSpace=wrap;html=1;" value="UK&lt;span style=&quot;white-space: pre;&quot;&gt;&#x9;&lt;/span&gt;" vertex="1">
          <mxGeometry height="26" width="140" y="208" as="geometry" />
        </mxCell>
        <mxCell id="YQHDDsOLslfGtJY1zLIF-42" parent="YQHDDsOLslfGtJY1zLIF-31" style="text;strokeColor=none;fillColor=none;align=left;verticalAlign=top;spacingLeft=4;spacingRight=4;overflow=hidden;rotatable=0;points=[[0,0.5],[1,0.5]];portConstraint=eastwest;whiteSpace=wrap;html=1;" value="EU" vertex="1">
          <mxGeometry height="26" width="140" y="234" as="geometry" />
        </mxCell>
        <mxCell id="YQHDDsOLslfGtJY1zLIF-41" parent="YQHDDsOLslfGtJY1zLIF-31" style="text;strokeColor=none;fillColor=none;align=left;verticalAlign=top;spacingLeft=4;spacingRight=4;overflow=hidden;rotatable=0;points=[[0,0.5],[1,0.5]];portConstraint=eastwest;whiteSpace=wrap;html=1;" value="US" vertex="1">
          <mxGeometry height="26" width="140" y="260" as="geometry" />
        </mxCell>
        <mxCell id="YQHDDsOLslfGtJY1zLIF-40" parent="YQHDDsOLslfGtJY1zLIF-31" style="text;strokeColor=none;fillColor=none;align=left;verticalAlign=top;spacingLeft=4;spacingRight=4;overflow=hidden;rotatable=0;points=[[0,0.5],[1,0.5]];portConstraint=eastwest;whiteSpace=wrap;html=1;" vertex="1">
          <mxGeometry height="26" width="140" y="286" as="geometry" />
        </mxCell>
        <mxCell id="YQHDDsOLslfGtJY1zLIF-44" parent="1" style="rounded=1;whiteSpace=wrap;html=1;" value="相關數據" vertex="1">
          <mxGeometry height="20" width="90" x="-110" y="60" as="geometry" />
        </mxCell>
        <mxCell id="YQHDDsOLslfGtJY1zLIF-45" parent="1" style="swimlane;fontStyle=0;childLayout=stackLayout;horizontal=1;startSize=26;fillColor=none;horizontalStack=0;resizeParent=1;resizeParentMax=0;resizeLast=0;collapsible=1;marginBottom=0;html=1;" value="商品期貨" vertex="1">
          <mxGeometry height="234" width="140" x="-410" y="100" as="geometry">
            <mxRectangle height="30" width="60" x="-120" y="310" as="alternateBounds" />
          </mxGeometry>
        </mxCell>
        <mxCell id="YQHDDsOLslfGtJY1zLIF-46" parent="YQHDDsOLslfGtJY1zLIF-45" style="text;strokeColor=none;fillColor=none;align=left;verticalAlign=top;spacingLeft=4;spacingRight=4;overflow=hidden;rotatable=0;points=[[0,0.5],[1,0.5]];portConstraint=eastwest;whiteSpace=wrap;html=1;" value="GOLD" vertex="1">
          <mxGeometry height="26" width="140" y="26" as="geometry" />
        </mxCell>
        <mxCell id="YQHDDsOLslfGtJY1zLIF-47" parent="YQHDDsOLslfGtJY1zLIF-45" style="text;strokeColor=none;fillColor=none;align=left;verticalAlign=top;spacingLeft=4;spacingRight=4;overflow=hidden;rotatable=0;points=[[0,0.5],[1,0.5]];portConstraint=eastwest;whiteSpace=wrap;html=1;" value="SILVER" vertex="1">
          <mxGeometry height="26" width="140" y="52" as="geometry" />
        </mxCell>
        <mxCell id="YQHDDsOLslfGtJY1zLIF-48" parent="YQHDDsOLslfGtJY1zLIF-45" style="text;strokeColor=none;fillColor=none;align=left;verticalAlign=top;spacingLeft=4;spacingRight=4;overflow=hidden;rotatable=0;points=[[0,0.5],[1,0.5]];portConstraint=eastwest;whiteSpace=wrap;html=1;" value="OIL" vertex="1">
          <mxGeometry height="26" width="140" y="78" as="geometry" />
        </mxCell>
        <mxCell id="YQHDDsOLslfGtJY1zLIF-49" parent="YQHDDsOLslfGtJY1zLIF-45" style="text;strokeColor=none;fillColor=none;align=left;verticalAlign=top;spacingLeft=4;spacingRight=4;overflow=hidden;rotatable=0;points=[[0,0.5],[1,0.5]];portConstraint=eastwest;whiteSpace=wrap;html=1;" value="CRYPTO" vertex="1">
          <mxGeometry height="26" width="140" y="104" as="geometry" />
        </mxCell>
        <mxCell id="YQHDDsOLslfGtJY1zLIF-50" parent="YQHDDsOLslfGtJY1zLIF-45" style="text;strokeColor=none;fillColor=none;align=left;verticalAlign=top;spacingLeft=4;spacingRight=4;overflow=hidden;rotatable=0;points=[[0,0.5],[1,0.5]];portConstraint=eastwest;whiteSpace=wrap;html=1;" value="..." vertex="1">
          <mxGeometry height="26" width="140" y="130" as="geometry" />
        </mxCell>
        <mxCell id="YQHDDsOLslfGtJY1zLIF-51" parent="YQHDDsOLslfGtJY1zLIF-45" style="text;strokeColor=none;fillColor=none;align=left;verticalAlign=top;spacingLeft=4;spacingRight=4;overflow=hidden;rotatable=0;points=[[0,0.5],[1,0.5]];portConstraint=eastwest;whiteSpace=wrap;html=1;" value="CN期貨" vertex="1">
          <mxGeometry height="26" width="140" y="156" as="geometry" />
        </mxCell>
        <mxCell id="YQHDDsOLslfGtJY1zLIF-52" parent="YQHDDsOLslfGtJY1zLIF-45" style="text;strokeColor=none;fillColor=none;align=left;verticalAlign=top;spacingLeft=4;spacingRight=4;overflow=hidden;rotatable=0;points=[[0,0.5],[1,0.5]];portConstraint=eastwest;whiteSpace=wrap;html=1;" value="小期貨" vertex="1">
          <mxGeometry height="26" width="140" y="182" as="geometry" />
        </mxCell>
        <mxCell id="YQHDDsOLslfGtJY1zLIF-56" parent="YQHDDsOLslfGtJY1zLIF-45" style="text;strokeColor=none;fillColor=none;align=left;verticalAlign=top;spacingLeft=4;spacingRight=4;overflow=hidden;rotatable=0;points=[[0,0.5],[1,0.5]];portConstraint=eastwest;whiteSpace=wrap;html=1;" vertex="1">
          <mxGeometry height="26" width="140" y="208" as="geometry" />
        </mxCell>
        <mxCell id="YQHDDsOLslfGtJY1zLIF-57" parent="1" style="swimlane;fontStyle=0;childLayout=stackLayout;horizontal=1;startSize=26;fillColor=none;horizontalStack=0;resizeParent=1;resizeParentMax=0;resizeLast=0;collapsible=1;marginBottom=0;html=1;" value="滙率" vertex="1">
          <mxGeometry height="208" width="140" x="-250" y="100" as="geometry">
            <mxRectangle height="30" width="60" x="-120" y="310" as="alternateBounds" />
          </mxGeometry>
        </mxCell>
        <mxCell id="YQHDDsOLslfGtJY1zLIF-58" parent="YQHDDsOLslfGtJY1zLIF-57" style="text;strokeColor=none;fillColor=none;align=left;verticalAlign=top;spacingLeft=4;spacingRight=4;overflow=hidden;rotatable=0;points=[[0,0.5],[1,0.5]];portConstraint=eastwest;whiteSpace=wrap;html=1;" value="DXY" vertex="1">
          <mxGeometry height="26" width="140" y="26" as="geometry" />
        </mxCell>
        <mxCell id="YQHDDsOLslfGtJY1zLIF-59" parent="YQHDDsOLslfGtJY1zLIF-57" style="text;strokeColor=none;fillColor=none;align=left;verticalAlign=top;spacingLeft=4;spacingRight=4;overflow=hidden;rotatable=0;points=[[0,0.5],[1,0.5]];portConstraint=eastwest;whiteSpace=wrap;html=1;" value="JPY" vertex="1">
          <mxGeometry height="26" width="140" y="52" as="geometry" />
        </mxCell>
        <mxCell id="YQHDDsOLslfGtJY1zLIF-60" parent="YQHDDsOLslfGtJY1zLIF-57" style="text;strokeColor=none;fillColor=none;align=left;verticalAlign=top;spacingLeft=4;spacingRight=4;overflow=hidden;rotatable=0;points=[[0,0.5],[1,0.5]];portConstraint=eastwest;whiteSpace=wrap;html=1;" value="CNH" vertex="1">
          <mxGeometry height="26" width="140" y="78" as="geometry" />
        </mxCell>
        <mxCell id="YQHDDsOLslfGtJY1zLIF-61" parent="YQHDDsOLslfGtJY1zLIF-57" style="text;strokeColor=none;fillColor=none;align=left;verticalAlign=top;spacingLeft=4;spacingRight=4;overflow=hidden;rotatable=0;points=[[0,0.5],[1,0.5]];portConstraint=eastwest;whiteSpace=wrap;html=1;" value="KRW" vertex="1">
          <mxGeometry height="26" width="140" y="104" as="geometry" />
        </mxCell>
        <mxCell id="YQHDDsOLslfGtJY1zLIF-62" parent="YQHDDsOLslfGtJY1zLIF-57" style="text;strokeColor=none;fillColor=none;align=left;verticalAlign=top;spacingLeft=4;spacingRight=4;overflow=hidden;rotatable=0;points=[[0,0.5],[1,0.5]];portConstraint=eastwest;whiteSpace=wrap;html=1;" value="EUR" vertex="1">
          <mxGeometry height="26" width="140" y="130" as="geometry" />
        </mxCell>
        <mxCell id="YQHDDsOLslfGtJY1zLIF-66" parent="YQHDDsOLslfGtJY1zLIF-57" style="text;strokeColor=none;fillColor=none;align=left;verticalAlign=top;spacingLeft=4;spacingRight=4;overflow=hidden;rotatable=0;points=[[0,0.5],[1,0.5]];portConstraint=eastwest;whiteSpace=wrap;html=1;" value="GBP" vertex="1">
          <mxGeometry height="26" width="140" y="156" as="geometry" />
        </mxCell>
        <mxCell id="YQHDDsOLslfGtJY1zLIF-68" parent="YQHDDsOLslfGtJY1zLIF-57" style="text;strokeColor=none;fillColor=none;align=left;verticalAlign=top;spacingLeft=4;spacingRight=4;overflow=hidden;rotatable=0;points=[[0,0.5],[1,0.5]];portConstraint=eastwest;whiteSpace=wrap;html=1;" value="..." vertex="1">
          <mxGeometry height="26" width="140" y="182" as="geometry" />
        </mxCell>
        <mxCell id="YQHDDsOLslfGtJY1zLIF-69" parent="1" style="swimlane;fontStyle=0;childLayout=stackLayout;horizontal=1;startSize=26;fillColor=none;horizontalStack=0;resizeParent=1;resizeParentMax=0;resizeLast=0;collapsible=1;marginBottom=0;html=1;" value="債" vertex="1">
          <mxGeometry height="208" width="140" x="-250" y="334" as="geometry">
            <mxRectangle height="30" width="60" x="-120" y="310" as="alternateBounds" />
          </mxGeometry>
        </mxCell>
        <mxCell id="YQHDDsOLslfGtJY1zLIF-70" parent="YQHDDsOLslfGtJY1zLIF-69" style="text;strokeColor=none;fillColor=none;align=left;verticalAlign=top;spacingLeft=4;spacingRight=4;overflow=hidden;rotatable=0;points=[[0,0.5],[1,0.5]];portConstraint=eastwest;whiteSpace=wrap;html=1;" value="CN" vertex="1">
          <mxGeometry height="26" width="140" y="26" as="geometry" />
        </mxCell>
        <mxCell id="YQHDDsOLslfGtJY1zLIF-71" parent="YQHDDsOLslfGtJY1zLIF-69" style="text;strokeColor=none;fillColor=none;align=left;verticalAlign=top;spacingLeft=4;spacingRight=4;overflow=hidden;rotatable=0;points=[[0,0.5],[1,0.5]];portConstraint=eastwest;whiteSpace=wrap;html=1;" value="US" vertex="1">
          <mxGeometry height="26" width="140" y="52" as="geometry" />
        </mxCell>
        <mxCell id="YQHDDsOLslfGtJY1zLIF-72" parent="YQHDDsOLslfGtJY1zLIF-69" style="text;strokeColor=none;fillColor=none;align=left;verticalAlign=top;spacingLeft=4;spacingRight=4;overflow=hidden;rotatable=0;points=[[0,0.5],[1,0.5]];portConstraint=eastwest;whiteSpace=wrap;html=1;" value="EU" vertex="1">
          <mxGeometry height="26" width="140" y="78" as="geometry" />
        </mxCell>
        <mxCell id="YQHDDsOLslfGtJY1zLIF-73" parent="YQHDDsOLslfGtJY1zLIF-69" style="text;strokeColor=none;fillColor=none;align=left;verticalAlign=top;spacingLeft=4;spacingRight=4;overflow=hidden;rotatable=0;points=[[0,0.5],[1,0.5]];portConstraint=eastwest;whiteSpace=wrap;html=1;" value="..." vertex="1">
          <mxGeometry height="26" width="140" y="104" as="geometry" />
        </mxCell>
        <mxCell id="YQHDDsOLslfGtJY1zLIF-74" parent="YQHDDsOLslfGtJY1zLIF-69" style="text;strokeColor=none;fillColor=none;align=left;verticalAlign=top;spacingLeft=4;spacingRight=4;overflow=hidden;rotatable=0;points=[[0,0.5],[1,0.5]];portConstraint=eastwest;whiteSpace=wrap;html=1;" value="..." vertex="1">
          <mxGeometry height="26" width="140" y="130" as="geometry" />
        </mxCell>
        <mxCell id="YQHDDsOLslfGtJY1zLIF-75" parent="YQHDDsOLslfGtJY1zLIF-69" style="text;strokeColor=none;fillColor=none;align=left;verticalAlign=top;spacingLeft=4;spacingRight=4;overflow=hidden;rotatable=0;points=[[0,0.5],[1,0.5]];portConstraint=eastwest;whiteSpace=wrap;html=1;" value="..." vertex="1">
          <mxGeometry height="26" width="140" y="156" as="geometry" />
        </mxCell>
        <mxCell id="YQHDDsOLslfGtJY1zLIF-76" parent="YQHDDsOLslfGtJY1zLIF-69" style="text;strokeColor=none;fillColor=none;align=left;verticalAlign=top;spacingLeft=4;spacingRight=4;overflow=hidden;rotatable=0;points=[[0,0.5],[1,0.5]];portConstraint=eastwest;whiteSpace=wrap;html=1;" vertex="1">
          <mxGeometry height="26" width="140" y="182" as="geometry" />
        </mxCell>
-         <mxCell id="YQHDDsOLslfGtJY1zLIF-83" parent="1" style="whiteSpace=wrap;html=1;strokeWidth=2;" value="分成多/空版塊&lt;div&gt;- 跟版塊正相關的產品&lt;/div&gt;&lt;div&gt;- 跟版塊負相關的產品&lt;br&gt;&lt;div&gt;&lt;br&gt;&lt;/div&gt;&lt;/div&gt;" vertex="1">
-           <mxGeometry height="80" width="120" x="210" y="890" as="geometry" />
+         <mxCell id="YQHDDsOLslfGtJY1zLIF-83" parent="1" style="whiteSpace=wrap;html=1;strokeWidth=2;align=left;spacingLeft=7;" value="分成多/空版塊&lt;div&gt;- 跟版塊正相關的產品&lt;/div&gt;&lt;div&gt;- 跟版塊負相關的產品&lt;br&gt;&lt;div&gt;&lt;br&gt;&lt;/div&gt;&lt;/div&gt;" vertex="1">
+           <mxGeometry height="100" width="220" x="250" y="910" as="geometry" />
        </mxCell>
        <mxCell id="YQHDDsOLslfGtJY1zLIF-85" parent="1" style="whiteSpace=wrap;html=1;align=left;spacingLeft=6;" value="HK 例子：&lt;div&gt;- IT 為多&lt;br&gt;&lt;div&gt;- IT 負相關於白銀&lt;/div&gt;&lt;div&gt;- 芯片正相關於白銀&lt;/div&gt;&lt;/div&gt;&lt;div&gt;&lt;br&gt;&lt;/div&gt;&lt;div&gt;- F 為空&lt;/div&gt;&lt;div&gt;- F 正相關於DXY&lt;/div&gt;&lt;div&gt;- F 正相關於BTC&lt;/div&gt;" vertex="1">
          <mxGeometry height="260" width="200" x="-80" y="800" as="geometry" />
        </mxCell>
        <mxCell id="YQHDDsOLslfGtJY1zLIF-86" parent="1" style="swimlane;fontStyle=0;childLayout=stackLayout;horizontal=1;startSize=26;fillColor=none;horizontalStack=0;resizeParent=1;resizeParentMax=0;resizeLast=0;collapsible=1;marginBottom=0;html=1;" value="大量股" vertex="1">
          <mxGeometry height="104" width="140" x="-560" y="425" as="geometry">
            <mxRectangle height="30" width="60" x="-120" y="310" as="alternateBounds" />
          </mxGeometry>
        </mxCell>
        <mxCell id="YQHDDsOLslfGtJY1zLIF-87" parent="YQHDDsOLslfGtJY1zLIF-86" style="text;strokeColor=none;fillColor=none;align=left;verticalAlign=top;spacingLeft=4;spacingRight=4;overflow=hidden;rotatable=0;points=[[0,0.5],[1,0.5]];portConstraint=eastwest;whiteSpace=wrap;html=1;" value="動態大量股" vertex="1">
          <mxGeometry height="26" width="140" y="26" as="geometry" />
        </mxCell>
        <mxCell id="YQHDDsOLslfGtJY1zLIF-88" parent="YQHDDsOLslfGtJY1zLIF-86" style="text;strokeColor=none;fillColor=none;align=left;verticalAlign=top;spacingLeft=4;spacingRight=4;overflow=hidden;rotatable=0;points=[[0,0.5],[1,0.5]];portConstraint=eastwest;whiteSpace=wrap;html=1;" value="常規大量股" vertex="1">
          <mxGeometry height="26" width="140" y="52" as="geometry" />
        </mxCell>
        <mxCell id="YQHDDsOLslfGtJY1zLIF-97" parent="YQHDDsOLslfGtJY1zLIF-86" style="text;strokeColor=none;fillColor=none;align=left;verticalAlign=top;spacingLeft=4;spacingRight=4;overflow=hidden;rotatable=0;points=[[0,0.5],[1,0.5]];portConstraint=eastwest;whiteSpace=wrap;html=1;" vertex="1">
          <mxGeometry height="26" width="140" y="78" as="geometry" />
        </mxCell>
      </root>
    </mxGraphModel>
  </diagram>
</mxfile>
